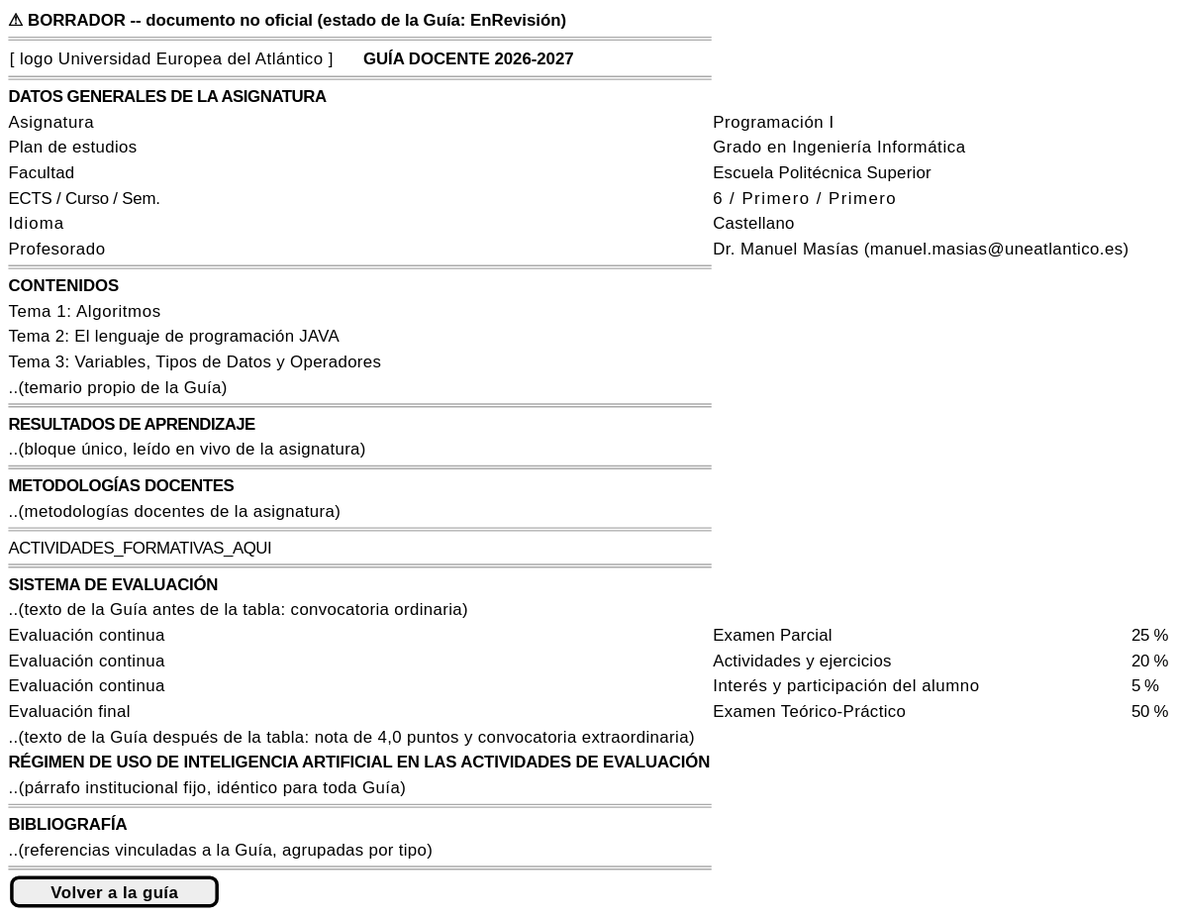
mmasias/pyCeldaPublico keeps this PlantUML diagram as images/RUP/01-requisitos/03-detalle-casos-uso/previsualizarGuia/wireframe-borrador.svg. Above is the earlier version.
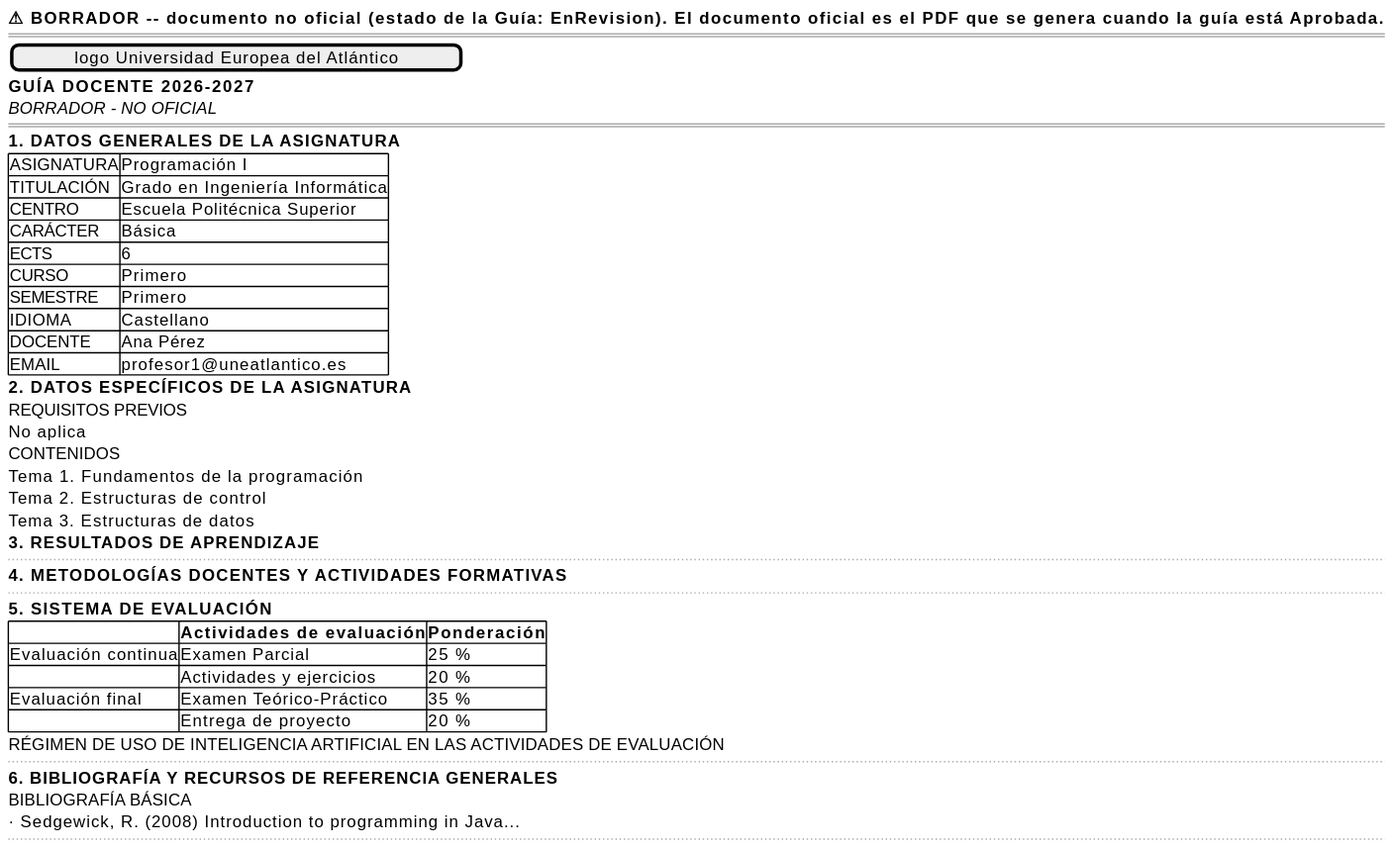
The same diagram one commit later.

Change to the diagram source:
```diff
@@ -1,46 +1,48 @@
-@startsalt previsualizarGuia-noOficial
+@startsalt previsualizarGuia-wireframe-borrador
 {
-    <b>&#9888; BORRADOR -- documento no oficial (estado de la Guía: EnRevisión)</b>
+    <b>⚠ BORRADOR -- documento no oficial (estado de la Guía: EnRevision). El documento oficial es el PDF que se genera cuando la guía está Aprobada.</b>
     ====
-    {
-        [ logo Universidad Europea del Atlántico ]       <b>GUÍA DOCENTE 2026-2027</b>
+    [ logo Universidad Europea del Atlántico ]
+    <b>GUÍA DOCENTE 2026-2027</b>
+    <i>BORRADOR - NO OFICIAL</i>
+    ====
+    <b>1. DATOS GENERALES DE LA ASIGNATURA</b>
+    {#
+        ASIGNATURA | Programación I
+        TITULACIÓN | Grado en Ingeniería Informática
+        CENTRO | Escuela Politécnica Superior
+        CARÁCTER | Básica
+        ECTS | 6
+        CURSO | Primero
+        SEMESTRE | Primero
+        IDIOMA | Castellano
+        DOCENTE | Ana Pérez
+        EMAIL | profesor1@uneatlantico.es
     }
-    ====
-    <b>DATOS GENERALES DE LA ASIGNATURA</b>
-    Asignatura            | Programación I
-    Plan de estudios      | Grado en Ingeniería Informática
-    Facultad              | Escuela Politécnica Superior
-    ECTS / Curso / Sem.   | 6  /  Primero  /  Primero
-    Idioma                | Castellano
-    Profesorado           | Dr. Manuel Masías  (manuel.masias@uneatlantico.es)
-    ====
-    <b>CONTENIDOS</b>
-    Tema 1: Algoritmos
-    Tema 2: El lenguaje de programación JAVA
-    Tema 3: Variables, Tipos de Datos y Operadores
-    ..(temario propio de la Guía)
-    ====
-    <b>RESULTADOS DE APRENDIZAJE</b>
-    ..(bloque único, leído en vivo de la asignatura)
-    ====
-    <b>METODOLOGÍAS DOCENTES</b>
-    ..(metodologías docentes de la asignatura)
-    ====
-    ACTIVIDADES_FORMATIVAS_AQUI
-    ====
-    <b>SISTEMA DE EVALUACIÓN</b>
-    ..(texto de la Guía antes de la tabla: convocatoria ordinaria)
-    Evaluación continua | Examen Parcial                                   | 25 %
-    Evaluación continua | Actividades y ejercicios                         | 20 %
-    Evaluación continua | Interés y participación del alumno               |  5 %
-    Evaluación final    | Examen Teórico-Práctico                          | 50 %
-    ..(texto de la Guía después de la tabla: nota de 4,0 puntos y convocatoria extraordinaria)
-    <b>RÉGIMEN DE USO DE INTELIGENCIA ARTIFICIAL EN LAS ACTIVIDADES DE EVALUACIÓN</b>
-    ..(párrafo institucional fijo, idéntico para toda Guía)
-    ====
-    <b>BIBLIOGRAFÍA</b>
-    ..(referencias vinculadas a la Guía, agrupadas por tipo)
-    ====
-    [ <b>Volver a la guía</b> ]
+    <b>2. DATOS ESPECÍFICOS DE LA ASIGNATURA</b>
+    REQUISITOS PREVIOS
+    No aplica
+    CONTENIDOS
+    Tema 1. Fundamentos de la programación
+    Tema 2. Estructuras de control
+    Tema 3. Estructuras de datos
+    <b>3. RESULTADOS DE APRENDIZAJE</b>
+    ...
+    <b>4. METODOLOGÍAS DOCENTES Y ACTIVIDADES FORMATIVAS</b>
+    ...
+    <b>5. SISTEMA DE EVALUACIÓN</b>
+    {#
+        . | <b>Actividades de evaluación</b> | <b>Ponderación</b>
+        Evaluación continua | Examen Parcial | 25 %
+        . | Actividades y ejercicios | 20 %
+        Evaluación final | Examen Teórico-Práctico | 35 %
+        . | Entrega de proyecto | 20 %
+    }
+    RÉGIMEN DE USO DE INTELIGENCIA ARTIFICIAL EN LAS ACTIVIDADES DE EVALUACIÓN
+    ...
+    <b>6. BIBLIOGRAFÍA Y RECURSOS DE REFERENCIA GENERALES</b>
+    BIBLIOGRAFÍA BÁSICA
+    · Sedgewick, R. (2008) Introduction to programming in Java...
+    ...
 }
 @endsalt
```
